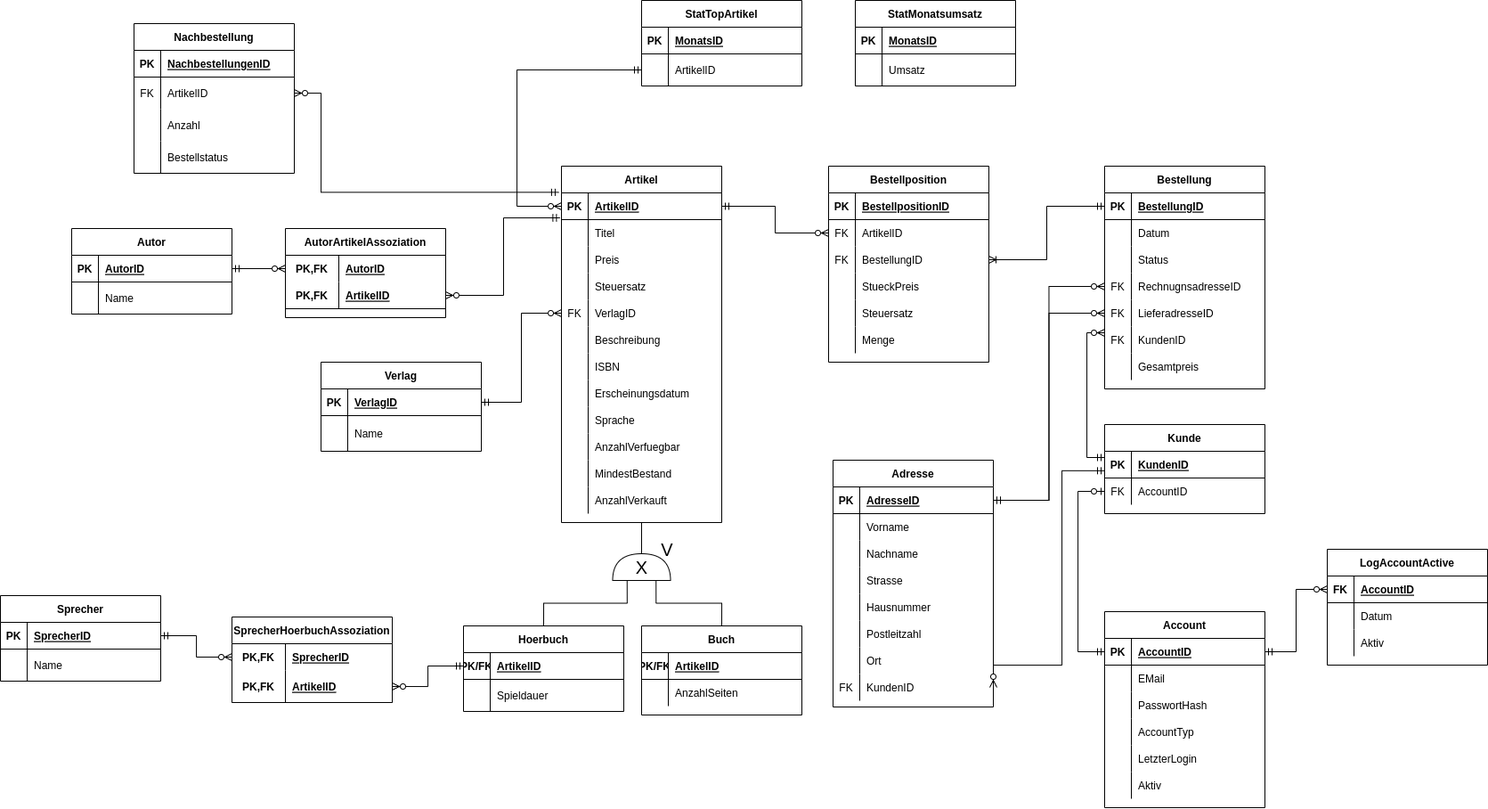
This is EERD/EERM.png from WalnussMuenze22/db2-buecherwurm, a draw.io export, as it was before one commit. Source tidied: cells renumbered, new cells last; positions are measured from the earlier drawing's top-left corner, leaving out a move shared by most shapes.
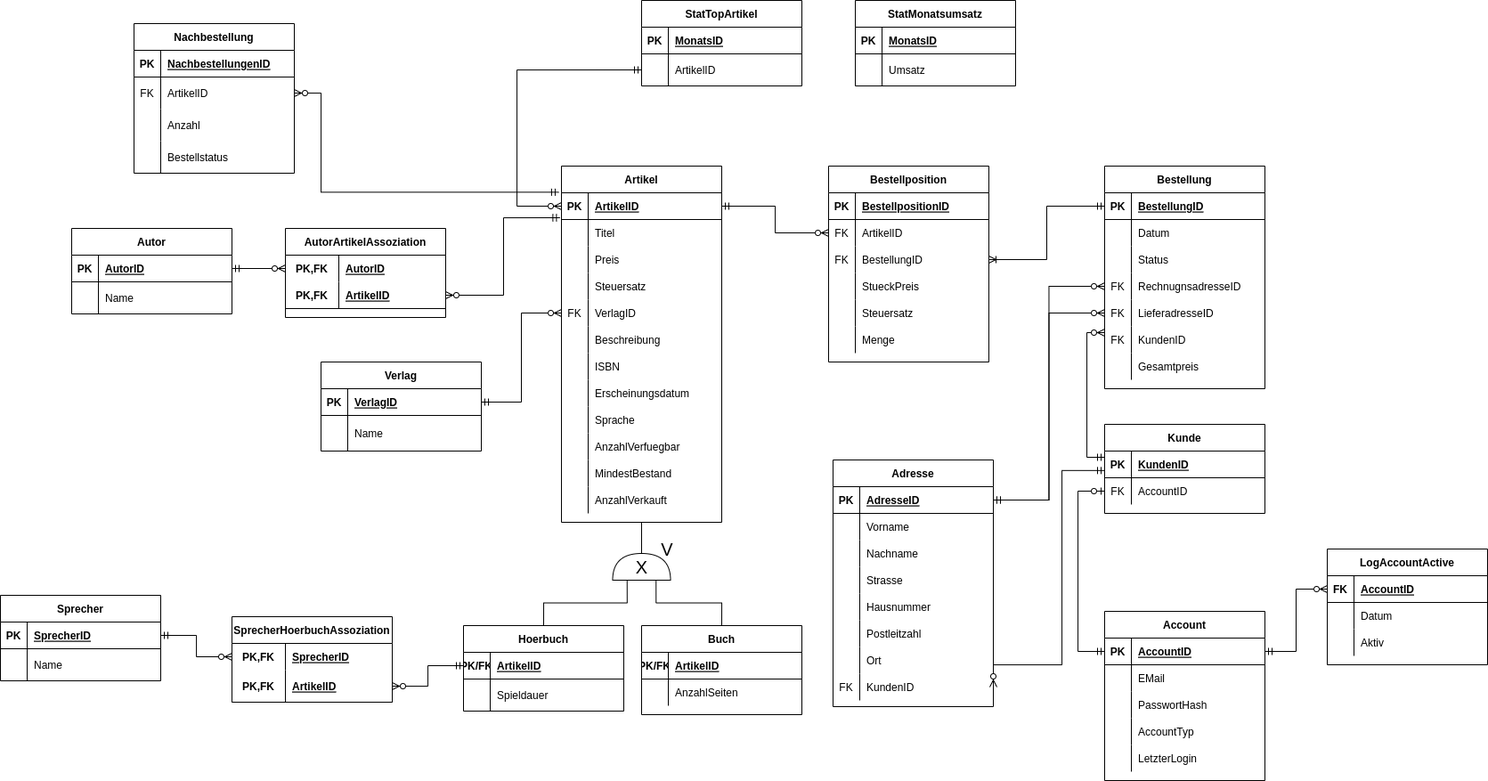
After the commit.

Commit message:
AKTIV entfernt

The edit, as a diff of the source:
```diff
@@ -420,7 +420,7 @@
       <mxGeometry x="30" width="150" height="30" as="geometry" />
     </mxCell>
     <mxCell id="141" value="Account" style="shape=table;startSize=30;rowLines=0;fontStyle=1;align=center;" parent="1" vertex="1">
-      <mxGeometry x="1240" y="686" width="180" height="220" as="geometry" />
+      <mxGeometry x="1240" y="686" width="180" height="190" as="geometry" />
     </mxCell>
     <mxCell id="142" style="shape=tableRow;horizontal=0;startSize=0;swimlaneHead=0;swimlaneBody=0;fillColor=none;points=[[0,0.5],[1,0.5]];portConstraint=eastwest;top=0;left=0;right=0;bottom=1;" parent="141" vertex="1">
       <mxGeometry y="30" width="180" height="30" as="geometry" />
@@ -467,15 +467,6 @@
     <mxCell id="156" value="LetzterLogin" style="shape=partialRectangle;fillColor=none;top=0;left=0;bottom=0;right=0;align=left;spacingLeft=6;overflow=hidden;" parent="154" vertex="1">
       <mxGeometry x="30" width="150" height="30" as="geometry" />
     </mxCell>
-    <mxCell id="157" style="shape=tableRow;horizontal=0;startSize=0;swimlaneHead=0;swimlaneBody=0;fillColor=none;top=0;left=0;right=0;bottom=0;" parent="141" vertex="1">
-      <mxGeometry y="180" width="180" height="30" as="geometry" />
-    </mxCell>
-    <mxCell id="158" style="shape=partialRectangle;fillColor=none;top=0;left=0;bottom=0;right=0;overflow=hidden;" parent="157" vertex="1">
-      <mxGeometry width="30" height="30" as="geometry" />
-    </mxCell>
-    <mxCell id="159" value="Aktiv" style="shape=partialRectangle;fillColor=none;top=0;left=0;bottom=0;right=0;align=left;spacingLeft=6;overflow=hidden;" parent="157" vertex="1">
-      <mxGeometry x="30" width="150" height="30" as="geometry" />
-    </mxCell>
     <mxCell id="160" value="Kunde" style="shape=table;startSize=30;rowLines=0;fontStyle=1;align=center;" parent="1" vertex="1">
       <mxGeometry x="1240" y="476" width="180" height="100" as="geometry" />
     </mxCell>
```
